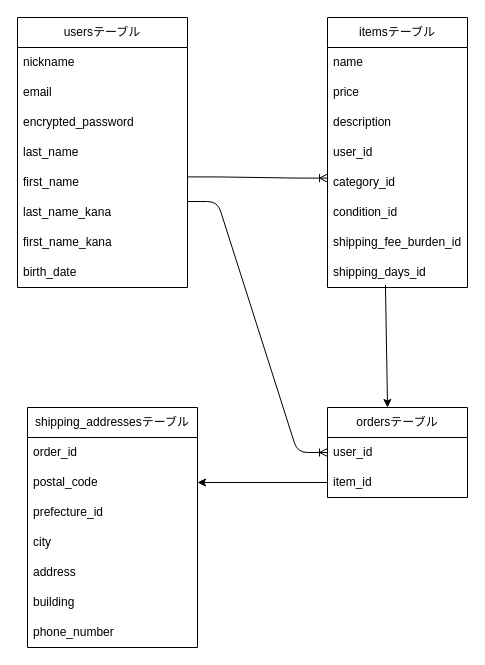
The draw.io diagram docs/ER.dio in mike8730/furima-45210, before the edit. Source tidied: cells renumbered, new cells numbered last; positions are measured from the earlier drawing's top-left corner, leaving out a move shared by most shapes. Both pictures are drawn from the tidied source at 100%, with x=0, y=0 at pixel (17, 17).
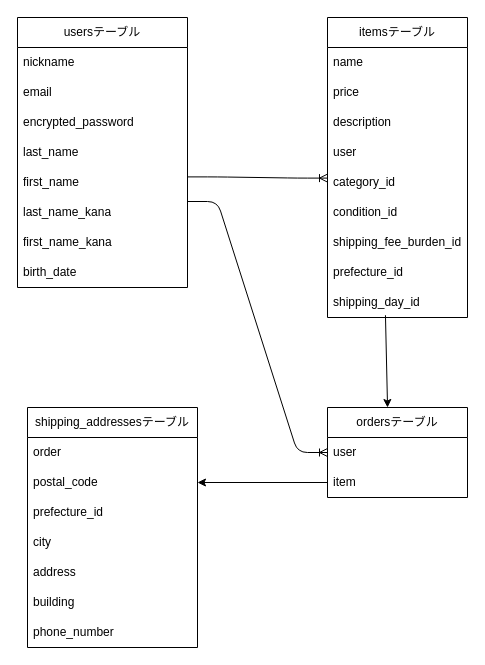
The same page after the edit.

Commit message (it also covers changes not shown here):
ER図・設計情報の修正

Unchanged cells that the change refers to:
```xml
<mxCell id="21" value="shipping_addressesテーブル" style="swimlane;fontStyle=0;horizontal=1;startSize=30;whiteSpace=wrap;html=1;" parent="1" vertex="1">
  <mxGeometry x="10" y="390" width="170" height="240" as="geometry" />
</mxCell>
<mxCell id="29" value="ordersテーブル" style="swimlane;fontStyle=0;horizontal=1;startSize=30;whiteSpace=wrap;html=1;" parent="1" vertex="1">
  <mxGeometry x="310" y="390" width="140" height="90" as="geometry" />
</mxCell>
```

Diff of the diagram source:
```diff
@@
     <mxCell id="12" value="itemsテーブル" style="swimlane;fontStyle=0;horizontal=1;startSize=30;whiteSpace=wrap;html=1;" parent="1" vertex="1">
-      <mxGeometry x="310" width="140" height="270" as="geometry" />
+      <mxGeometry x="310" width="140" height="300" as="geometry" />
     </mxCell>
@@
-    <mxCell id="16" value="user_id" style="text;strokeColor=none;fillColor=none;align=left;verticalAlign=middle;spacingLeft=4;spacingRight=4;overflow=hidden;whiteSpace=wrap;html=1;" parent="12" vertex="1">
+    <mxCell id="16" value="user" style="text;strokeColor=none;fillColor=none;align=left;verticalAlign=middle;spacingLeft=4;spacingRight=4;overflow=hidden;whiteSpace=wrap;html=1;" parent="12" vertex="1">
       <mxGeometry y="120" width="140" height="30" as="geometry" />
     </mxCell>
@@
+    <mxCell id="36" value="prefecture_id" style="text;strokeColor=none;fillColor=none;align=left;verticalAlign=middle;spacingLeft=4;spacingRight=4;overflow=hidden;whiteSpace=wrap;html=1;" parent="12" vertex="1">
+      <mxGeometry y="240" width="140" height="30" as="geometry" />
+    </mxCell>
-    <mxCell id="20" value="shipping_days_id" style="text;strokeColor=none;fillColor=none;align=left;verticalAlign=middle;spacingLeft=4;spacingRight=4;overflow=hidden;points=[[0,0.5],[1,0.5]];portConstraint=eastwest;whiteSpace=wrap;html=1;" parent="12" vertex="1">
-      <mxGeometry y="240" width="140" height="30" as="geometry" />
+    <mxCell id="20" value="shipping_day_id" style="text;strokeColor=none;fillColor=none;align=left;verticalAlign=middle;spacingLeft=4;spacingRight=4;overflow=hidden;points=[[0,0.5],[1,0.5]];portConstraint=eastwest;whiteSpace=wrap;html=1;" parent="12" vertex="1">
+      <mxGeometry y="270" width="140" height="30" as="geometry" />
     </mxCell>
@@
-    <mxCell id="22" value="order_id" style="text;strokeColor=none;fillColor=none;align=left;verticalAlign=middle;spacingLeft=4;spacingRight=4;overflow=hidden;whiteSpace=wrap;html=1;" parent="21" vertex="1">
+    <mxCell id="22" value="order" style="text;strokeColor=none;fillColor=none;align=left;verticalAlign=middle;spacingLeft=4;spacingRight=4;overflow=hidden;whiteSpace=wrap;html=1;" parent="21" vertex="1">
       <mxGeometry y="30" width="170" height="30" as="geometry" />
     </mxCell>
@@
-    <mxCell id="30" value="user_id" style="text;strokeColor=none;fillColor=none;align=left;verticalAlign=middle;spacingLeft=4;spacingRight=4;overflow=hidden;points=[[0,0.5],[1,0.5]];portConstraint=eastwest;whiteSpace=wrap;html=1;" parent="29" vertex="1">
+    <mxCell id="30" value="user" style="text;strokeColor=none;fillColor=none;align=left;verticalAlign=middle;spacingLeft=4;spacingRight=4;overflow=hidden;points=[[0,0.5],[1,0.5]];portConstraint=eastwest;whiteSpace=wrap;html=1;" parent="29" vertex="1">
       <mxGeometry y="30" width="140" height="30" as="geometry" />
     </mxCell>
-    <mxCell id="31" value="item_id" style="text;strokeColor=none;fillColor=none;align=left;verticalAlign=middle;spacingLeft=4;spacingRight=4;overflow=hidden;points=[[0,0.5],[1,0.5]];portConstraint=eastwest;whiteSpace=wrap;html=1;" parent="29" vertex="1">
+    <mxCell id="31" value="item" style="text;strokeColor=none;fillColor=none;align=left;verticalAlign=middle;spacingLeft=4;spacingRight=4;overflow=hidden;points=[[0,0.5],[1,0.5]];portConstraint=eastwest;whiteSpace=wrap;html=1;" parent="29" vertex="1">
       <mxGeometry y="60" width="140" height="30" as="geometry" />
     </mxCell>
```
